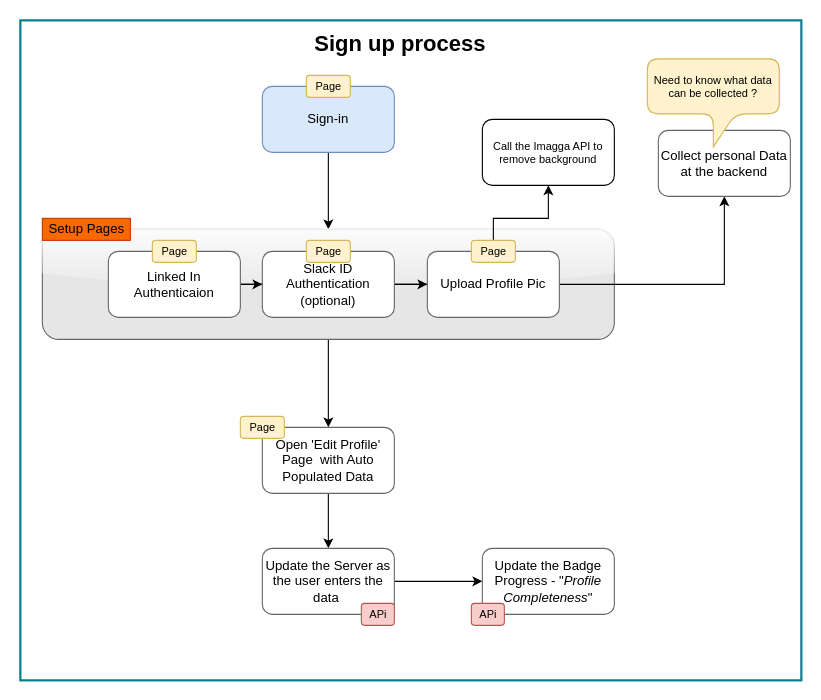
This is page "Sign up process for Trainers" (2 of 3) of sample.drawio from Arunideas/draw.io, a draw.io file, before an edit. Source tidied: cells renumbered, new cells numbered last; positions are measured from the earlier drawing's top-left corner, leaving out a move shared by most shapes. Both pictures are drawn from the tidied source at 110%, with x=0, y=0 at pixel (20, 20).
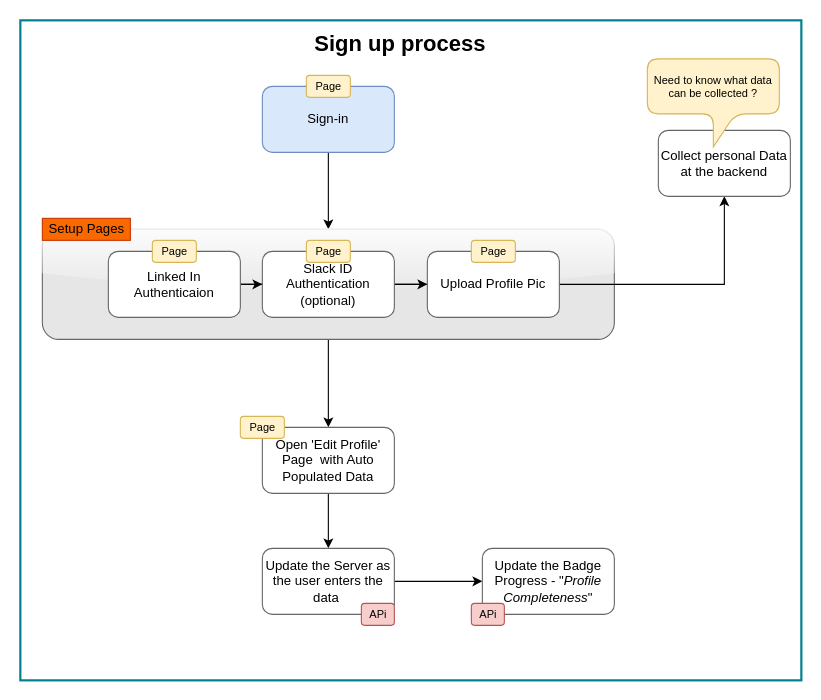
After the change.

Commit message:
Course Update page flow

The change refers to these unchanged cells:
```xml
<mxCell id="15" value="Upload Profile Pic" style="whiteSpace=wrap;html=1;strokeColor=#666666;rounded=1;strokeWidth=1;" parent="1" vertex="1">
  <mxGeometry x="370" y="210" width="120" height="60" as="geometry" />
</mxCell>
```

What changed in the source:
```diff
@@
-    <mxCell id="14" style="edgeStyle=orthogonalEdgeStyle;rounded=0;jettySize=auto;html=1;fontSize=10;" parent="1" edge="1" source="15" target="30">
-      <mxGeometry relative="1" as="geometry" />
-    </mxCell>
@@
-    <mxCell id="30" value="Call the Imagga API to remove background" style="rounded=1;whiteSpace=wrap;html=1;fontSize=10;" parent="1" vertex="1">
-      <mxGeometry x="420" y="90" width="120" height="60" as="geometry" />
-    </mxCell>
```
